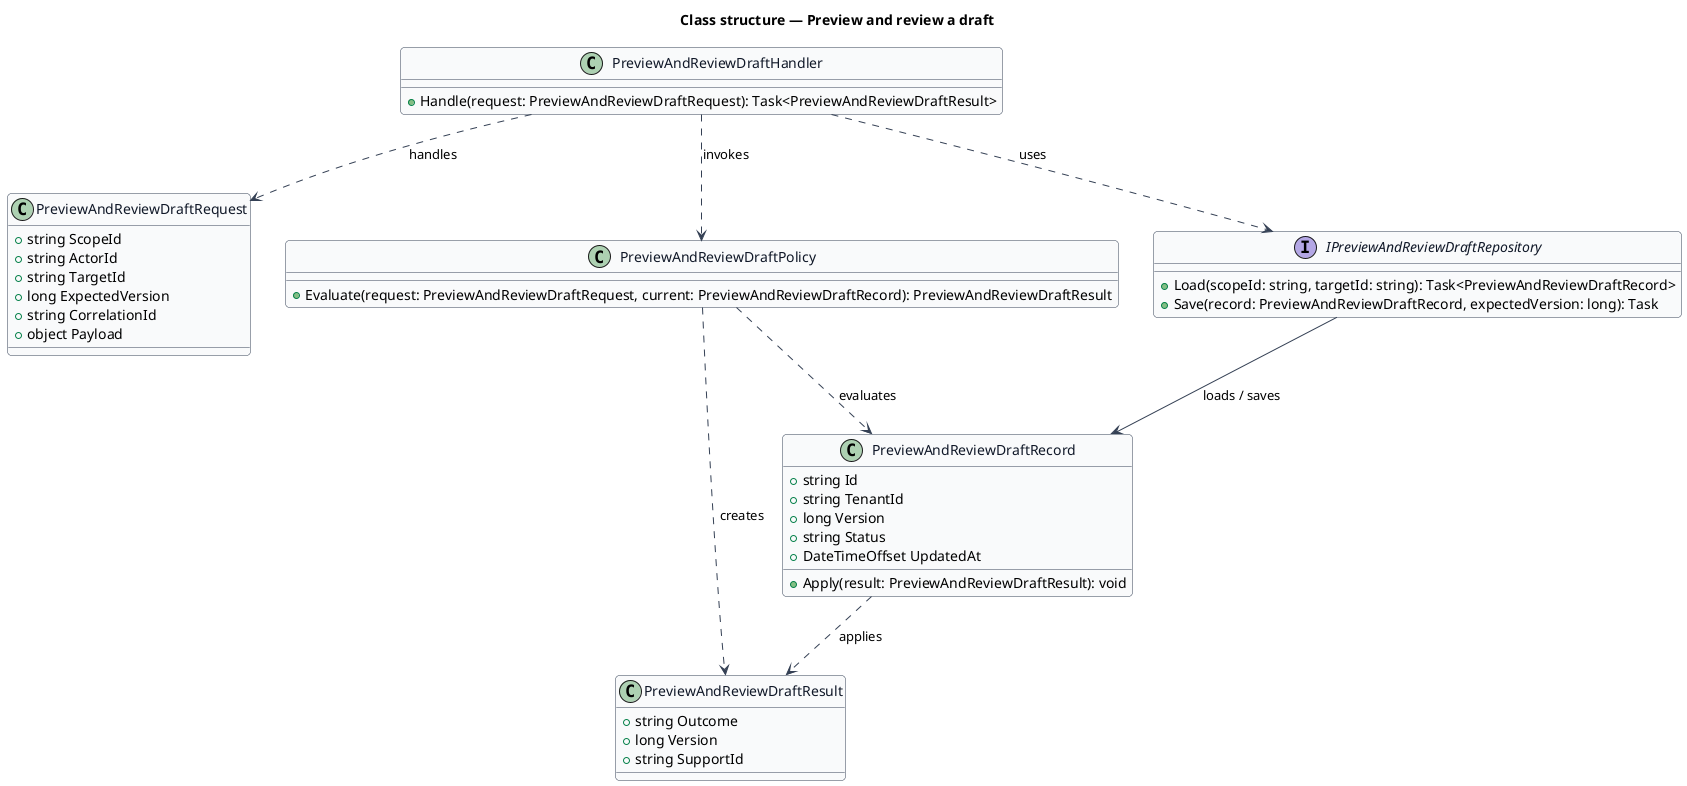
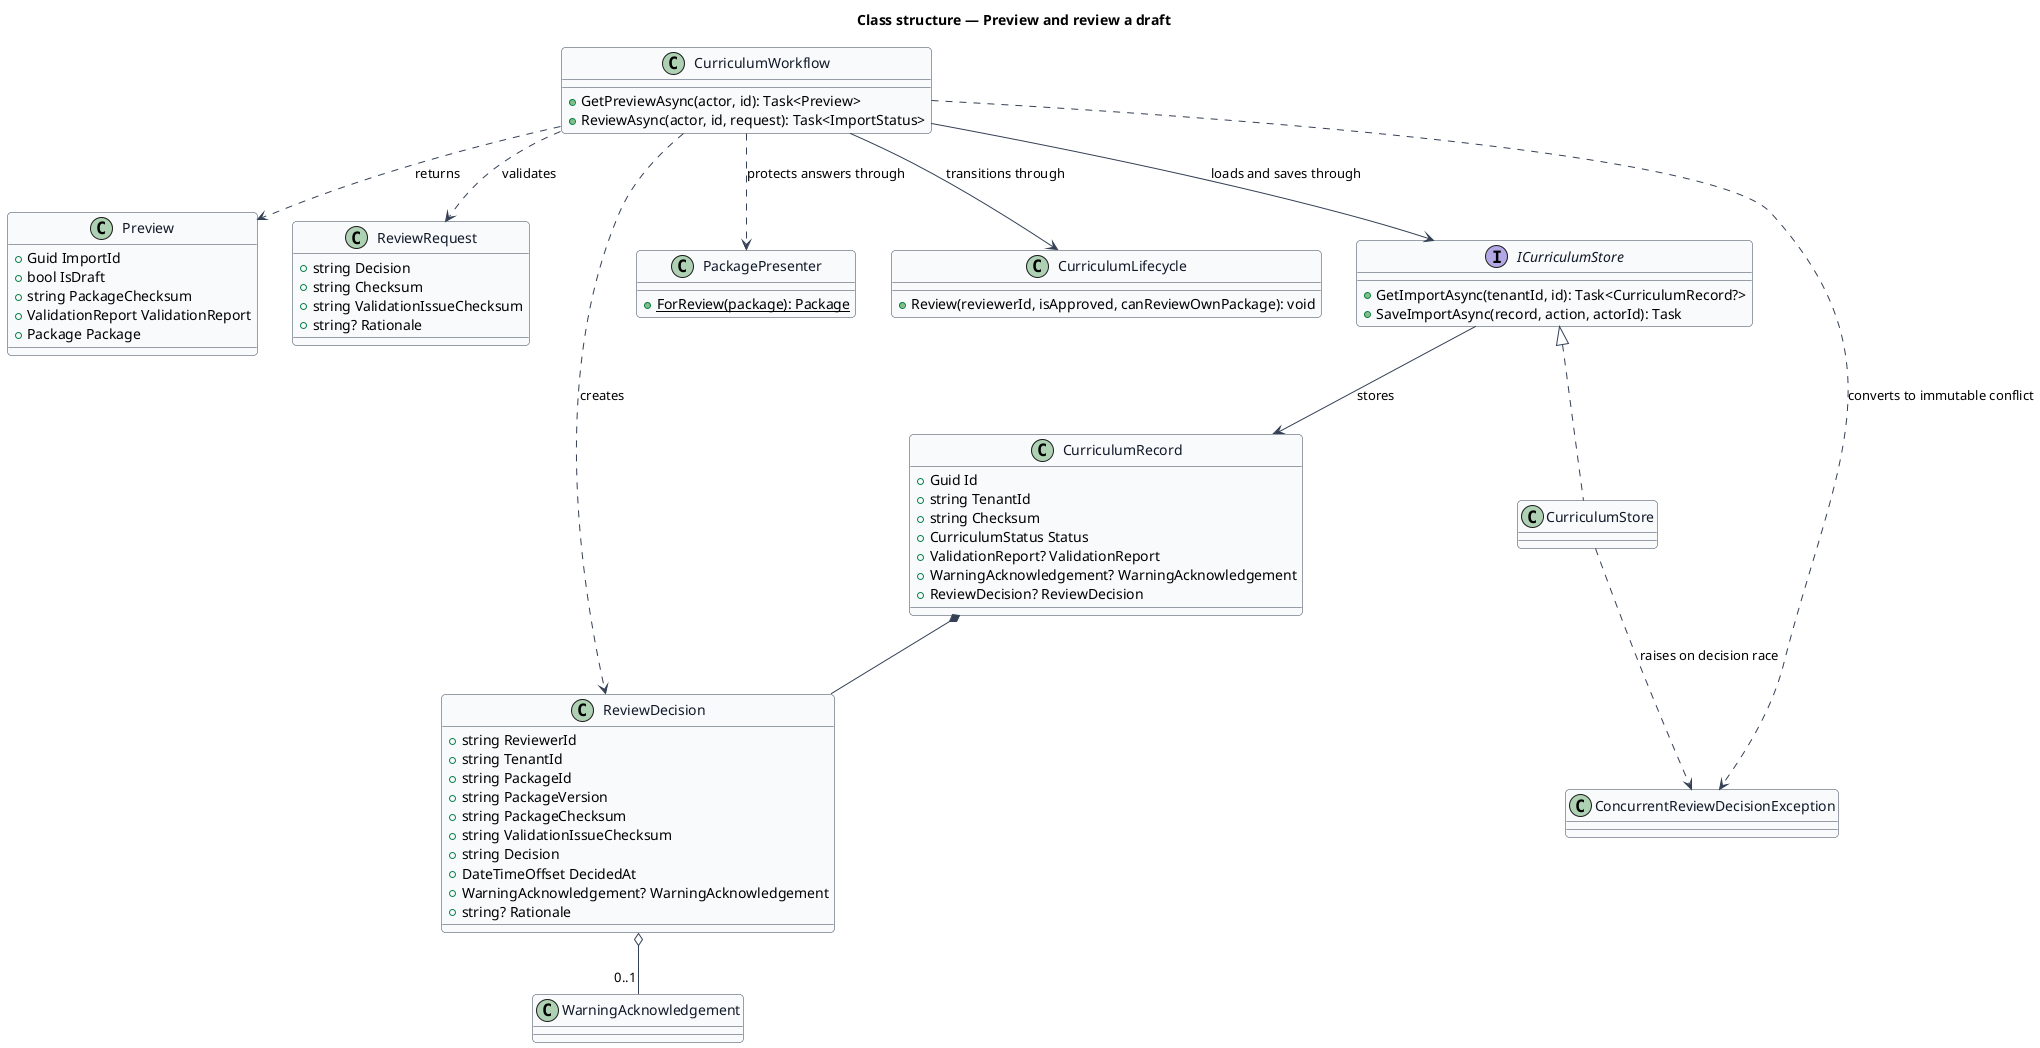
@startuml
skinparam backgroundColor #FFFFFF
skinparam shadowing false
skinparam roundcorner 8
skinparam defaultFontName Arial
skinparam ArrowColor #344054
skinparam class {
  BorderColor #344054
  FontColor #101828
  BackgroundColor #F9FAFB
}
title Class structure — Preview and review a draft

- class PreviewAndReviewDraftRequest {
-   +string ScopeId
-   +string ActorId
-   +string TargetId
-   +long ExpectedVersion
-   +string CorrelationId
-   +object Payload
+ class CurriculumWorkflow {
+   +GetPreviewAsync(actor, id): Task<Preview>
+   +ReviewAsync(actor, id, request): Task<ImportStatus>
}

- class PreviewAndReviewDraftResult {
-   +string Outcome
-   +long Version
-   +string SupportId
+ class Preview {
+   +Guid ImportId
+   +bool IsDraft
+   +string PackageChecksum
+   +ValidationReport ValidationReport
+   +Package Package
}

- class PreviewAndReviewDraftRecord {
-   +string Id
-   +string TenantId
-   +long Version
-   +string Status
-   +DateTimeOffset UpdatedAt
-   +Apply(result: PreviewAndReviewDraftResult): void
+ class ReviewRequest {
+   +string Decision
+   +string Checksum
+   +string ValidationIssueChecksum
+   +string? Rationale
}

- class PreviewAndReviewDraftPolicy {
-   +Evaluate(request: PreviewAndReviewDraftRequest, current: PreviewAndReviewDraftRecord): PreviewAndReviewDraftResult
+ class ReviewDecision {
+   +string ReviewerId
+   +string TenantId
+   +string PackageId
+   +string PackageVersion
+   +string PackageChecksum
+   +string ValidationIssueChecksum
+   +string Decision
+   +DateTimeOffset DecidedAt
+   +WarningAcknowledgement? WarningAcknowledgement
+   +string? Rationale
}

- interface IPreviewAndReviewDraftRepository {
-   +Load(scopeId: string, targetId: string): Task<PreviewAndReviewDraftRecord>
-   +Save(record: PreviewAndReviewDraftRecord, expectedVersion: long): Task
+ class CurriculumRecord {
+   +Guid Id
+   +string TenantId
+   +string Checksum
+   +CurriculumStatus Status
+   +ValidationReport? ValidationReport
+   +WarningAcknowledgement? WarningAcknowledgement
+   +ReviewDecision? ReviewDecision
}

- class PreviewAndReviewDraftHandler {
-   +Handle(request: PreviewAndReviewDraftRequest): Task<PreviewAndReviewDraftResult>
+ class PackagePresenter {
+   {static} +ForReview(package): Package
}

- PreviewAndReviewDraftHandler ..> PreviewAndReviewDraftRequest : handles
- PreviewAndReviewDraftHandler ..> PreviewAndReviewDraftPolicy : invokes
- PreviewAndReviewDraftHandler ..> IPreviewAndReviewDraftRepository : uses
- IPreviewAndReviewDraftRepository --> PreviewAndReviewDraftRecord : loads / saves
- PreviewAndReviewDraftPolicy ..> PreviewAndReviewDraftRecord : evaluates
- PreviewAndReviewDraftPolicy ..> PreviewAndReviewDraftResult : creates
- PreviewAndReviewDraftRecord ..> PreviewAndReviewDraftResult : applies
+ class CurriculumLifecycle {
+   +Review(reviewerId, isApproved, canReviewOwnPackage): void
+ }
+ 
+ interface ICurriculumStore {
+   +GetImportAsync(tenantId, id): Task<CurriculumRecord?>
+   +SaveImportAsync(record, action, actorId): Task
+ }
+ 
+ class CurriculumStore
+ class ConcurrentReviewDecisionException
+ 
+ CurriculumWorkflow ..> Preview : returns
+ CurriculumWorkflow ..> ReviewRequest : validates
+ CurriculumWorkflow ..> ReviewDecision : creates
+ CurriculumWorkflow ..> PackagePresenter : protects answers through
+ CurriculumWorkflow --> CurriculumLifecycle : transitions through
+ CurriculumWorkflow --> ICurriculumStore : loads and saves through
+ ICurriculumStore <|.. CurriculumStore
+ CurriculumStore ..> ConcurrentReviewDecisionException : raises on decision race
+ CurriculumWorkflow ..> ConcurrentReviewDecisionException : converts to immutable conflict
+ ICurriculumStore --> CurriculumRecord : stores
+ CurriculumRecord *-- ReviewDecision
+ ReviewDecision o-- "0..1" WarningAcknowledgement
@enduml
